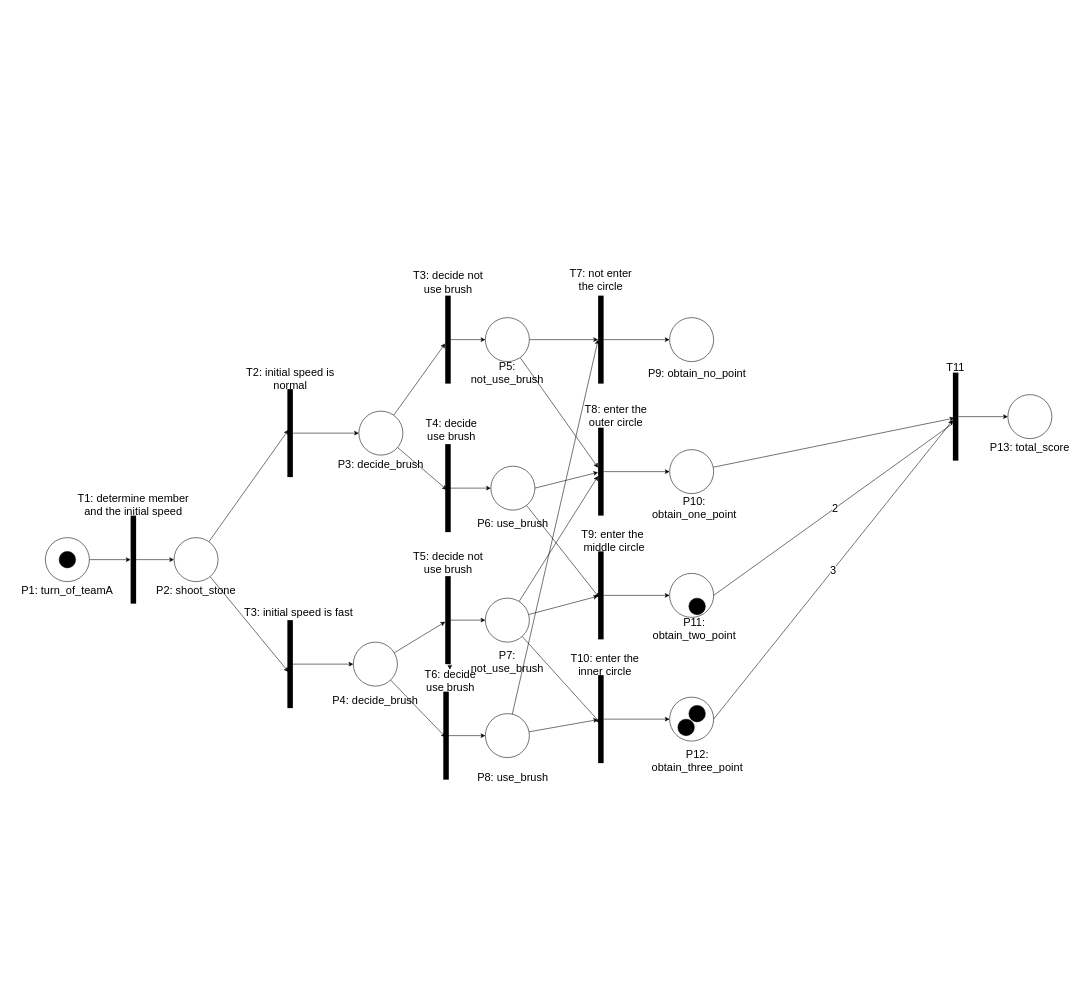
wkng0/heyy keeps this draw.io diagram as 3100asmt3q2.drawio. Above is the earlier version. Source tidied: cells renumbered, new cells numbered last; positions are measured from the earlier drawing's top-left corner, leaving out a move shared by most shapes. Both pictures are drawn from the tidied source at 55%, with x=0, y=0 at pixel (9, 262).
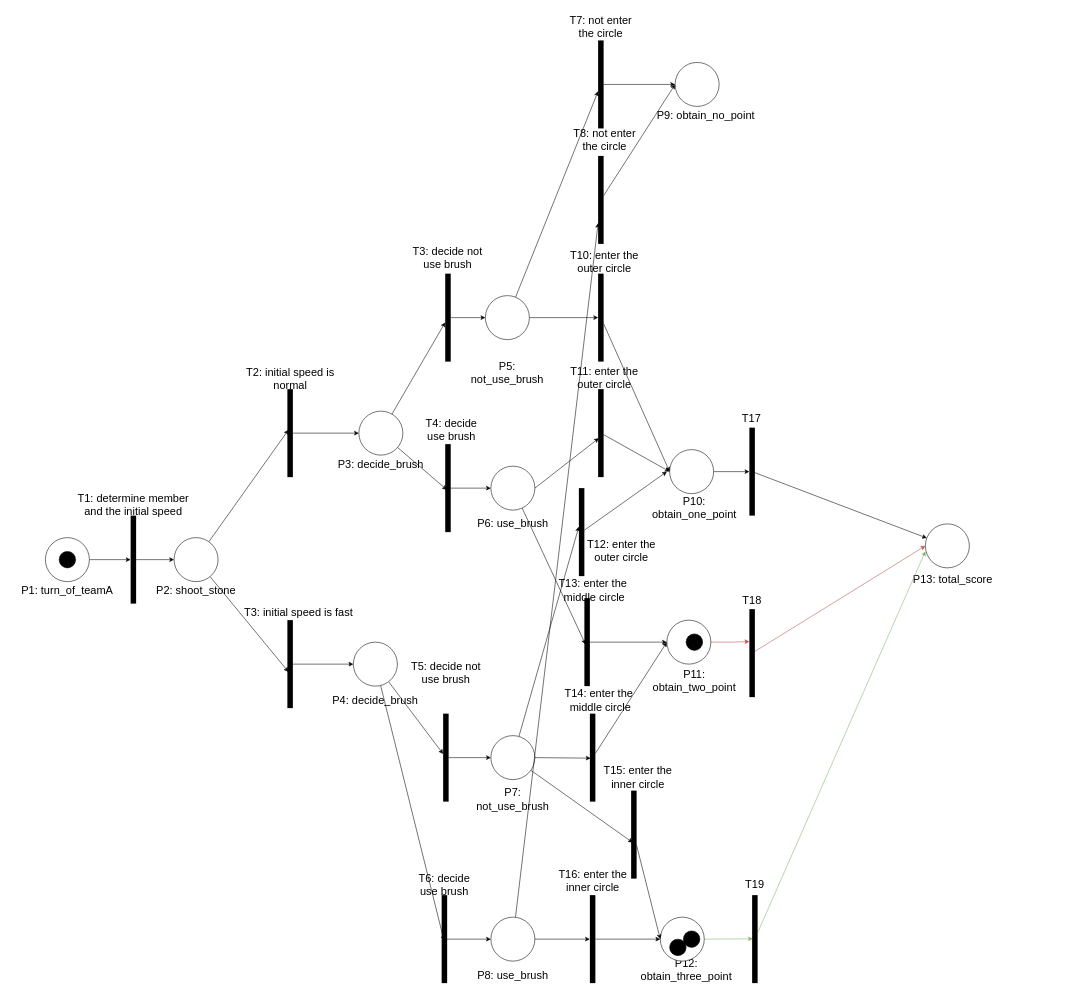
The same page after the edit.

The change refers to these unchanged cells:
```xml
<mxCell id="37" style="ellipse;whiteSpace=wrap;html=1;fontSize=20;strokeWidth=1;fillColor=#FFFFFF;" parent="1" vertex="1">
  <mxGeometry x="1200" y="340" width="80" height="80" as="geometry" />
</mxCell>
<mxCell id="52" style="ellipse;whiteSpace=wrap;html=1;" parent="1" vertex="1">
  <mxGeometry x="875" y="370" width="80" height="80" as="geometry" />
</mxCell>
```

What changed in the source:
```diff
@@
     <mxCell id="24" style="line;strokeWidth=10;direction=south;html=1;fontSize=20;fillColor=#FFFFFF;" parent="1" vertex="1">
-      <mxGeometry x="792" y="60" width="10" height="160" as="geometry" />
+      <mxGeometry x="792" y="20" width="10" height="160" as="geometry" />
     </mxCell>
@@
-    <mxCell id="32" style="edgeStyle=none;rounded=0;jettySize=auto;html=1;fontSize=20;" parent="1" edge="1" source="33" target="87">
-      <mxGeometry relative="1" as="geometry" />
-    </mxCell>
     <mxCell id="33" style="line;strokeWidth=10;direction=south;html=1;fontSize=20;fillColor=#FFFFFF;" parent="1" vertex="1">
-      <mxGeometry x="792" y="570" width="10" height="160" as="geometry" />
+      <mxGeometry x="788.2" y="820" width="10" height="160" as="geometry" />
     </mxCell>
@@
     <mxCell id="35" style="line;strokeWidth=10;direction=south;html=1;fontSize=20;fillColor=#FFFFFF;" parent="1" vertex="1">
-      <mxGeometry x="792" y="780" width="3" height="160" as="geometry" />
+      <mxGeometry x="789" y="1150" width="3" height="160" as="geometry" />
     </mxCell>
-    <mxCell id="36" style="edgeStyle=none;rounded=0;jettySize=auto;html=1;entryX=0.516;entryY=0.712;entryDx=0;entryDy=0;entryPerimeter=0;fontSize=20;" parent="1" edge="1" source="37" target="43">
-      <mxGeometry relative="1" as="geometry" />
-    </mxCell>
+    <mxCell id="89" style="edgeStyle=orthogonalEdgeStyle;rounded=0;jettySize=auto;html=1;" parent="1" edge="1" source="37">
+      <mxGeometry relative="1" as="geometry">
+        <mxPoint x="1345" y="380" as="targetPoint" />
+      </mxGeometry>
+    </mxCell>
@@
     <mxCell id="38" style="ellipse;whiteSpace=wrap;html=1;fontSize=20;strokeWidth=1;fillColor=#FFFFFF;" parent="1" vertex="1">
-      <mxGeometry x="1815" y="240" width="80" height="80" as="geometry" />
+      <mxGeometry x="1665" y="475" width="80" height="80" as="geometry" />
     </mxCell>
     <mxCell id="39" value="P13: total_score" style="text;html=1;strokeColor=none;fillColor=none;align=center;verticalAlign=middle;whiteSpace=wrap;rounded=0;fontSize=20;" parent="1" vertex="1">
-      <mxGeometry x="1775" y="320" width="160" height="30" as="geometry" />
+      <mxGeometry x="1635" y="560" width="160" height="30" as="geometry" />
     </mxCell>
     <mxCell id="40" style="ellipse;whiteSpace=wrap;html=1;fontSize=20;strokeWidth=1;fillColor=#FFFFFF;" parent="1" vertex="1">
-      <mxGeometry x="1200" y="100" width="80" height="80" as="geometry" />
+      <mxGeometry x="1210" y="-364" width="80" height="80" as="geometry" />
     </mxCell>
     <mxCell id="41" value="P9: obtain_no_point" style="text;html=1;strokeColor=none;fillColor=none;align=center;verticalAlign=middle;whiteSpace=wrap;rounded=0;fontSize=20;" parent="1" vertex="1">
-      <mxGeometry x="1145" y="185" width="210" height="30" as="geometry" />
+      <mxGeometry x="1160.5" y="-284" width="210" height="30" as="geometry" />
     </mxCell>
-    <mxCell id="42" style="edgeStyle=orthogonalEdgeStyle;rounded=0;jettySize=auto;html=1;entryX=0;entryY=0.5;entryDx=0;entryDy=0;" parent="1" edge="1" source="43" target="38">
-      <mxGeometry relative="1" as="geometry" />
-    </mxCell>
-    <mxCell id="43" style="line;strokeWidth=10;direction=south;html=1;fontSize=20;fillColor=#FFFFFF;" parent="1" vertex="1">
-      <mxGeometry x="1715" y="200" width="10" height="160" as="geometry" />
-    </mxCell>
-    <mxCell id="44" value="T11" style="text;html=1;strokeColor=none;fillColor=none;align=center;verticalAlign=middle;whiteSpace=wrap;rounded=0;fontSize=20;" parent="1" vertex="1">
-      <mxGeometry x="1630" y="165" width="180" height="50" as="geometry" />
-    </mxCell>
     <mxCell id="45" value="P12: obtain_three_point" style="text;html=1;strokeColor=none;fillColor=none;align=center;verticalAlign=middle;whiteSpace=wrap;rounded=0;fontSize=20;" parent="1" vertex="1">
-      <mxGeometry x="1146.5" y="890" width="207" height="30" as="geometry" />
+      <mxGeometry x="1126.5" y="1270" width="207" height="30" as="geometry" />
     </mxCell>
@@
     <mxCell id="49" style="ellipse;whiteSpace=wrap;html=1;" parent="1" vertex="1">
-      <mxGeometry x="865" y="100" width="80" height="80" as="geometry" />
+      <mxGeometry x="865" y="60" width="80" height="80" as="geometry" />
     </mxCell>
-    <mxCell id="50" style="rounded=0;jettySize=auto;html=1;exitX=1;exitY=0.5;exitDx=0;exitDy=0;" parent="1" edge="1" source="52" target="65">
+    <mxCell id="50" style="rounded=0;jettySize=auto;html=1;exitX=1;exitY=0.5;exitDx=0;exitDy=0;entryX=0.558;entryY=0.867;entryDx=0;entryDy=0;entryPerimeter=0;" parent="1" edge="1" source="52" target="112">
       <mxGeometry relative="1" as="geometry" />
     </mxCell>
@@
-    <mxCell id="53" style="edgeStyle=none;rounded=0;jettySize=auto;html=1;" parent="1" edge="1" source="56" target="63">
+    <mxCell id="53" style="edgeStyle=none;rounded=0;jettySize=auto;html=1;entryX=0.506;entryY=0.867;entryDx=0;entryDy=0;entryPerimeter=0;" parent="1" edge="1" source="56" target="109">
       <mxGeometry relative="1" as="geometry" />
     </mxCell>
-    <mxCell id="54" style="edgeStyle=none;rounded=0;jettySize=auto;html=1;fontSize=20;" parent="1" edge="1" source="56" target="65">
-      <mxGeometry relative="1" as="geometry" />
+    <mxCell id="54" style="edgeStyle=none;rounded=0;jettySize=auto;html=1;fontSize=20;" parent="1" edge="1" source="56">
+      <mxGeometry relative="1" as="geometry">
+        <mxPoint x="1035" y="480" as="targetPoint" />
+      </mxGeometry>
     </mxCell>
-    <mxCell id="55" style="edgeStyle=none;rounded=0;jettySize=auto;html=1;entryX=0.544;entryY=0.6;entryDx=0;entryDy=0;entryPerimeter=0;fontSize=20;" parent="1" edge="1" source="56" target="61">
+    <mxCell id="55" style="edgeStyle=none;rounded=0;jettySize=auto;html=1;entryX=0.59;entryY=0.7;entryDx=0;entryDy=0;entryPerimeter=0;fontSize=20;" parent="1" edge="1" source="56" target="106">
       <mxGeometry relative="1" as="geometry" />
     </mxCell>
     <mxCell id="56" style="ellipse;whiteSpace=wrap;html=1;" parent="1" vertex="1">
-      <mxGeometry x="865" y="610" width="80" height="80" as="geometry" />
+      <mxGeometry x="875" y="860" width="80" height="80" as="geometry" />
     </mxCell>
@@
-    <mxCell id="58" style="edgeStyle=none;rounded=0;jettySize=auto;html=1;entryX=0.5;entryY=1;entryDx=0;entryDy=0;entryPerimeter=0;fontSize=20;" parent="1" edge="1" source="59" target="67">
-      <mxGeometry relative="1" as="geometry" />
-    </mxCell>
+    <mxCell id="90" style="edgeStyle=none;rounded=0;jettySize=auto;html=1;" parent="1" edge="1" source="59" target="103">
+      <mxGeometry relative="1" as="geometry" />
+    </mxCell>
     <mxCell id="59" style="ellipse;whiteSpace=wrap;html=1;" parent="1" vertex="1">
-      <mxGeometry x="865" y="820" width="80" height="80" as="geometry" />
+      <mxGeometry x="875" y="1190" width="80" height="80" as="geometry" />
     </mxCell>
@@
     <mxCell id="61" style="line;strokeWidth=10;direction=south;html=1;fontSize=20;fillColor=#FFFFFF;" parent="1" vertex="1">
-      <mxGeometry x="1070" y="750" width="10" height="160" as="geometry" />
+      <mxGeometry x="1055" y="1150" width="10" height="160" as="geometry" />
     </mxCell>
@@
     <mxCell id="63" style="line;strokeWidth=10;direction=south;html=1;fontSize=20;fillColor=#FFFFFF;" parent="1" vertex="1">
-      <mxGeometry x="1070" y="525" width="10" height="160" as="geometry" />
+      <mxGeometry x="1045" y="610" width="10" height="160" as="geometry" />
     </mxCell>
@@
     <mxCell id="65" style="line;strokeWidth=10;direction=south;html=1;fontSize=20;fillColor=#FFFFFF;" parent="1" vertex="1">
-      <mxGeometry x="1070" y="300" width="10" height="160" as="geometry" />
+      <mxGeometry x="1070" y="20" width="10" height="160" as="geometry" />
     </mxCell>
@@
     <mxCell id="67" style="line;strokeWidth=10;direction=south;html=1;fontSize=20;fillColor=#FFFFFF;" parent="1" vertex="1">
-      <mxGeometry x="1070" y="60" width="10" height="160" as="geometry" />
+      <mxGeometry x="1070" y="-404" width="10" height="160" as="geometry" />
     </mxCell>
@@
     <mxCell id="69" value="P7: not_use_brush" style="text;html=1;strokeColor=none;fillColor=none;align=center;verticalAlign=middle;whiteSpace=wrap;rounded=0;fontSize=20;" parent="1" vertex="1">
-      <mxGeometry x="825" y="710" width="160" height="30" as="geometry" />
+      <mxGeometry x="835" y="960" width="160" height="30" as="geometry" />
     </mxCell>
@@
     <mxCell id="71" value="P8: use_brush" style="text;html=1;strokeColor=none;fillColor=none;align=center;verticalAlign=middle;whiteSpace=wrap;rounded=0;fontSize=20;" parent="1" vertex="1">
-      <mxGeometry x="835" y="920" width="160" height="30" as="geometry" />
+      <mxGeometry x="835" y="1280" width="160" height="30" as="geometry" />
     </mxCell>
+    <mxCell id="91" style="edgeStyle=orthogonalEdgeStyle;rounded=0;jettySize=auto;html=1;fillColor=#f8cecc;strokeColor=#b85450;" parent="1" edge="1" source="72">
+      <mxGeometry relative="1" as="geometry">
+        <mxPoint x="1345" y="689" as="targetPoint" />
+      </mxGeometry>
+    </mxCell>
     <mxCell id="72" style="ellipse;whiteSpace=wrap;html=1;" parent="1" vertex="1">
-      <mxGeometry x="1200" y="565" width="80" height="80" as="geometry" />
+      <mxGeometry x="1195" y="650" width="80" height="80" as="geometry" />
     </mxCell>
-    <mxCell id="73" value="&lt;font style=&quot;font-size: 20px&quot;&gt;2&lt;/font&gt;" style="edgeStyle=none;rounded=0;jettySize=auto;html=1;entryX=0.548;entryY=0.333;entryDx=0;entryDy=0;exitX=1;exitY=0.5;exitDx=0;exitDy=0;entryPerimeter=0;" parent="1" edge="1" source="72" target="43">
-      <mxGeometry relative="1" as="geometry" />
-    </mxCell>
     <mxCell id="74" style="ellipse;whiteSpace=wrap;html=1;fontSize=20;strokeWidth=1;fillColor=#000000;" parent="1" vertex="1">
-      <mxGeometry x="1235" y="610" width="30" height="30" as="geometry" />
+      <mxGeometry x="1230" y="675" width="30" height="30" as="geometry" />
     </mxCell>
     <mxCell id="75" value="P11: obtain_two_point" style="text;html=1;strokeColor=none;fillColor=none;align=center;verticalAlign=middle;whiteSpace=wrap;rounded=0;fontSize=20;" parent="1" vertex="1">
-      <mxGeometry x="1170" y="645" width="150" height="40" as="geometry" />
+      <mxGeometry x="1170" y="740" width="150" height="40" as="geometry" />
     </mxCell>
+    <mxCell id="92" style="rounded=0;jettySize=auto;html=1;fillColor=#d5e8d4;strokeColor=#82b366;entryX=0.496;entryY=0.867;entryDx=0;entryDy=0;entryPerimeter=0;" parent="1" edge="1" source="76" target="98">
+      <mxGeometry relative="1" as="geometry" />
+    </mxCell>
     <mxCell id="76" style="ellipse;whiteSpace=wrap;html=1;fontSize=20;" parent="1" vertex="1">
-      <mxGeometry x="1200" y="790" width="80" height="80" as="geometry" />
+      <mxGeometry x="1183" y="1190" width="80" height="80" as="geometry" />
     </mxCell>
-    <mxCell id="77" value="3" style="edgeStyle=none;rounded=0;jettySize=auto;html=1;fontSize=20;exitX=1;exitY=0.5;exitDx=0;exitDy=0;" parent="1" edge="1" source="76" target="43">
-      <mxGeometry relative="1" as="geometry" />
-    </mxCell>
     <mxCell id="78" style="ellipse;whiteSpace=wrap;html=1;fontSize=20;strokeWidth=1;fillColor=#000000;" parent="1" vertex="1">
-      <mxGeometry x="1215" y="830" width="30" height="30" as="geometry" />
+      <mxGeometry x="1200" y="1230" width="30" height="30" as="geometry" />
     </mxCell>
     <mxCell id="79" style="ellipse;whiteSpace=wrap;html=1;fontSize=20;strokeWidth=1;fillColor=#000000;" parent="1" vertex="1">
-      <mxGeometry x="1235" y="805" width="30" height="30" as="geometry" />
+      <mxGeometry x="1225" y="1215" width="30" height="30" as="geometry" />
     </mxCell>
     <mxCell id="80" value="T3: decide not use brush" style="text;html=1;strokeColor=none;fillColor=none;align=center;verticalAlign=middle;whiteSpace=wrap;rounded=0;fontSize=20;" parent="1" vertex="1">
-      <mxGeometry x="727.8" y="20" width="138.5" height="30" as="geometry" />
+      <mxGeometry x="726.5" y="-25" width="138.5" height="30" as="geometry" />
     </mxCell>
     <mxCell id="81" value="T5: decide not use brush" style="text;html=1;strokeColor=none;fillColor=none;align=center;verticalAlign=middle;whiteSpace=wrap;rounded=0;fontSize=20;" parent="1" vertex="1">
-      <mxGeometry x="731.6" y="520" width="130.9" height="50" as="geometry" />
+      <mxGeometry x="727.8" y="720" width="130.9" height="50" as="geometry" />
     </mxCell>
     <mxCell id="82" value="T7: not enter the circle" style="text;html=1;strokeColor=none;fillColor=none;align=center;verticalAlign=middle;whiteSpace=wrap;rounded=0;fontSize=20;" parent="1" vertex="1">
-      <mxGeometry x="1010" width="130" height="60" as="geometry" />
+      <mxGeometry x="1010" y="-460" width="130" height="60" as="geometry" />
     </mxCell>
-    <mxCell id="83" value="T8: enter the outer circle" style="text;html=1;strokeColor=none;fillColor=none;align=center;verticalAlign=middle;whiteSpace=wrap;rounded=0;fontSize=20;" parent="1" vertex="1">
-      <mxGeometry x="1020" y="255" width="165" height="45" as="geometry" />
+    <mxCell id="83" value="T10: enter the outer circle" style="text;html=1;strokeColor=none;fillColor=none;align=center;verticalAlign=middle;whiteSpace=wrap;rounded=0;fontSize=20;" parent="1" vertex="1">
+      <mxGeometry x="999" y="-25" width="165" height="45" as="geometry" />
     </mxCell>
-    <mxCell id="84" value="T9: enter the &amp;nbsp;middle circle" style="text;html=1;strokeColor=none;fillColor=none;align=center;verticalAlign=middle;whiteSpace=wrap;rounded=0;fontSize=20;" parent="1" vertex="1">
-      <mxGeometry x="1010" y="490" width="173" height="30" as="geometry" />
+    <mxCell id="84" value="T13: enter the &amp;nbsp;middle circle" style="text;html=1;strokeColor=none;fillColor=none;align=center;verticalAlign=middle;whiteSpace=wrap;rounded=0;fontSize=20;" parent="1" vertex="1">
+      <mxGeometry x="973.5" y="580" width="173" height="30" as="geometry" />
     </mxCell>
-    <mxCell id="85" value="T10: enter the inner circle" style="text;html=1;strokeColor=none;fillColor=none;align=center;verticalAlign=middle;whiteSpace=wrap;rounded=0;fontSize=20;" parent="1" vertex="1">
-      <mxGeometry x="1010" y="715" width="145" height="30" as="geometry" />
+    <mxCell id="85" value="T15: enter the inner circle" style="text;html=1;strokeColor=none;fillColor=none;align=center;verticalAlign=middle;whiteSpace=wrap;rounded=0;fontSize=20;" parent="1" vertex="1">
+      <mxGeometry x="1070" y="920" width="145" height="30" as="geometry" />
     </mxCell>
@@
     <mxCell id="87" value="T6: decide use brush" style="text;html=1;strokeColor=none;fillColor=none;align=center;verticalAlign=middle;whiteSpace=wrap;rounded=0;fontSize=20;" parent="1" vertex="1">
-      <mxGeometry x="747.8" y="740" width="107.2" height="40" as="geometry" />
+      <mxGeometry x="736.9" y="1110" width="107.2" height="40" as="geometry" />
     </mxCell>
@@
+    <mxCell id="93" style="rounded=0;jettySize=auto;html=1;" parent="1" edge="1" source="94" target="38">
+      <mxGeometry relative="1" as="geometry" />
+    </mxCell>
+    <mxCell id="94" style="line;strokeWidth=10;direction=south;html=1;fontSize=20;fillColor=#FFFFFF;" parent="1" vertex="1">
+      <mxGeometry x="1345" y="300" width="10" height="160" as="geometry" />
+    </mxCell>
+    <mxCell id="95" style="edgeStyle=none;rounded=0;jettySize=auto;html=1;entryX=0;entryY=0.5;entryDx=0;entryDy=0;fillColor=#f8cecc;strokeColor=#b85450;" parent="1" edge="1" source="96" target="38">
+      <mxGeometry relative="1" as="geometry" />
+    </mxCell>
+    <mxCell id="96" style="line;strokeWidth=10;direction=south;html=1;fontSize=20;fillColor=#FFFFFF;" parent="1" vertex="1">
+      <mxGeometry x="1345" y="630" width="10" height="160" as="geometry" />
+    </mxCell>
+    <mxCell id="97" style="edgeStyle=none;rounded=0;jettySize=auto;html=1;entryX=0;entryY=0.625;entryDx=0;entryDy=0;entryPerimeter=0;fillColor=#d5e8d4;strokeColor=#82b366;" parent="1" edge="1" source="98" target="38">
+      <mxGeometry relative="1" as="geometry" />
+    </mxCell>
+    <mxCell id="98" style="line;strokeWidth=10;direction=south;html=1;fontSize=20;fillColor=#FFFFFF;" parent="1" vertex="1">
+      <mxGeometry x="1350" y="1150" width="10" height="160" as="geometry" />
+    </mxCell>
+    <mxCell id="99" value="T17" style="text;html=1;strokeColor=none;fillColor=none;align=center;verticalAlign=middle;whiteSpace=wrap;rounded=0;fontSize=20;" parent="1" vertex="1">
+      <mxGeometry x="1313.5" y="260" width="70" height="45" as="geometry" />
+    </mxCell>
+    <mxCell id="100" value="T18" style="text;html=1;strokeColor=none;fillColor=none;align=center;verticalAlign=middle;whiteSpace=wrap;rounded=0;fontSize=20;" parent="1" vertex="1">
+      <mxGeometry x="1315" y="590" width="70" height="45" as="geometry" />
+    </mxCell>
+    <mxCell id="101" value="T19" style="text;html=1;strokeColor=none;fillColor=none;align=center;verticalAlign=middle;whiteSpace=wrap;rounded=0;fontSize=20;" parent="1" vertex="1">
+      <mxGeometry x="1320" y="1107.5" width="70" height="45" as="geometry" />
+    </mxCell>
+    <mxCell id="102" style="edgeStyle=none;rounded=0;jettySize=auto;html=1;entryX=0;entryY=0.5;entryDx=0;entryDy=0;" parent="1" edge="1" source="103" target="40">
+      <mxGeometry relative="1" as="geometry" />
+    </mxCell>
+    <mxCell id="103" style="line;strokeWidth=10;direction=south;html=1;fontSize=20;fillColor=#FFFFFF;" parent="1" vertex="1">
+      <mxGeometry x="1070" y="-194" width="10" height="160" as="geometry" />
+    </mxCell>
+    <mxCell id="104" value="T8: not enter the circle" style="text;html=1;strokeColor=none;fillColor=none;align=center;verticalAlign=middle;whiteSpace=wrap;rounded=0;fontSize=20;" parent="1" vertex="1">
+      <mxGeometry x="1016.5" y="-254" width="130" height="60" as="geometry" />
+    </mxCell>
+    <mxCell id="105" style="edgeStyle=none;rounded=0;jettySize=auto;html=1;entryX=0;entryY=0.5;entryDx=0;entryDy=0;" parent="1" edge="1" source="106" target="76">
+      <mxGeometry relative="1" as="geometry" />
+    </mxCell>
+    <mxCell id="106" style="line;strokeWidth=10;direction=south;html=1;fontSize=20;fillColor=#FFFFFF;" parent="1" vertex="1">
+      <mxGeometry x="1130" y="960" width="10" height="160" as="geometry" />
+    </mxCell>
+    <mxCell id="107" value="T16: enter the inner circle" style="text;html=1;strokeColor=none;fillColor=none;align=center;verticalAlign=middle;whiteSpace=wrap;rounded=0;fontSize=20;" parent="1" vertex="1">
+      <mxGeometry x="987.5" y="1107.5" width="145" height="30" as="geometry" />
+    </mxCell>
+    <mxCell id="108" style="edgeStyle=none;rounded=0;jettySize=auto;html=1;entryX=0;entryY=0.5;entryDx=0;entryDy=0;" parent="1" edge="1" source="109" target="72">
+      <mxGeometry relative="1" as="geometry" />
+    </mxCell>
+    <mxCell id="109" style="line;strokeWidth=10;direction=south;html=1;fontSize=20;fillColor=#FFFFFF;" parent="1" vertex="1">
+      <mxGeometry x="1055" y="820" width="10" height="160" as="geometry" />
+    </mxCell>
+    <mxCell id="110" value="T14: enter the &amp;nbsp;middle circle" style="text;html=1;strokeColor=none;fillColor=none;align=center;verticalAlign=middle;whiteSpace=wrap;rounded=0;fontSize=20;" parent="1" vertex="1">
+      <mxGeometry x="985" y="780" width="173" height="30" as="geometry" />
+    </mxCell>
+    <mxCell id="111" style="edgeStyle=none;rounded=0;jettySize=auto;html=1;entryX=0;entryY=0.5;entryDx=0;entryDy=0;" parent="1" edge="1" source="112" target="37">
+      <mxGeometry relative="1" as="geometry" />
+    </mxCell>
+    <mxCell id="112" style="line;strokeWidth=10;direction=south;html=1;fontSize=20;fillColor=#FFFFFF;" parent="1" vertex="1">
+      <mxGeometry x="1070" y="230" width="10" height="160" as="geometry" />
+    </mxCell>
+    <mxCell id="113" value="T11: enter the outer circle" style="text;html=1;strokeColor=none;fillColor=none;align=center;verticalAlign=middle;whiteSpace=wrap;rounded=0;fontSize=20;" parent="1" vertex="1">
+      <mxGeometry x="999" y="185" width="165" height="45" as="geometry" />
+    </mxCell>
+    <mxCell id="114" style="edgeStyle=none;rounded=0;jettySize=auto;html=1;" parent="1" edge="1" source="115">
+      <mxGeometry relative="1" as="geometry">
+        <mxPoint x="1195" y="380" as="targetPoint" />
+      </mxGeometry>
+    </mxCell>
+    <mxCell id="115" style="line;strokeWidth=10;direction=south;html=1;fontSize=20;fillColor=#FFFFFF;" parent="1" vertex="1">
+      <mxGeometry x="1035" y="410" width="10" height="160" as="geometry" />
+    </mxCell>
+    <mxCell id="116" value="T12: enter the outer circle" style="text;html=1;strokeColor=none;fillColor=none;align=center;verticalAlign=middle;whiteSpace=wrap;rounded=0;fontSize=20;" parent="1" vertex="1">
+      <mxGeometry x="1030" y="500" width="165" height="45" as="geometry" />
+    </mxCell>
```
